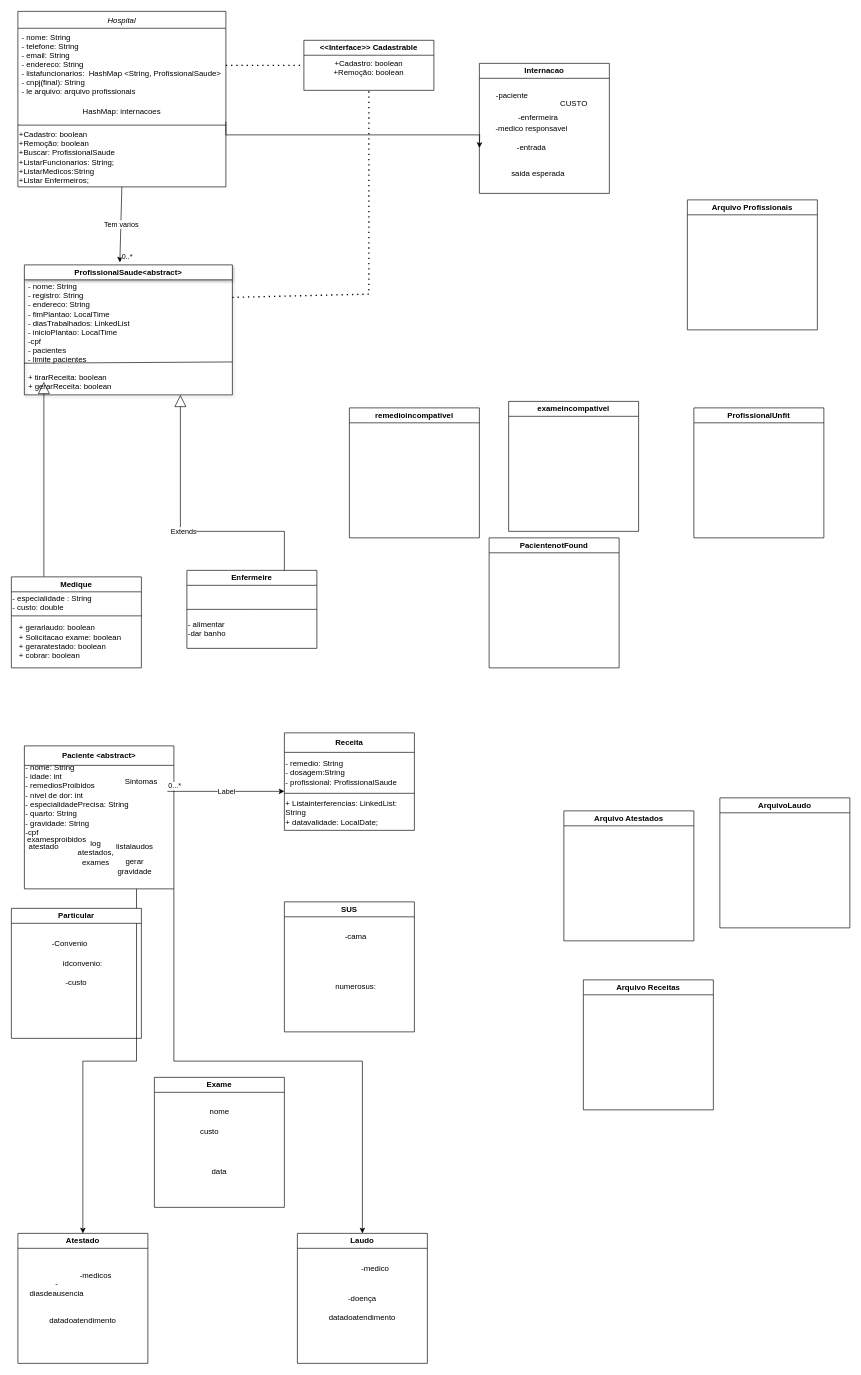
Patricio-Andre/Trabalho-Final-MC322 keeps this draw.io diagram as UML.drawio. Above is the earlier version. Source tidied: cells renumbered, new cells numbered last; positions are measured from the earlier drawing's top-left corner, leaving out a move shared by most shapes. Both pictures are drawn from the tidied source at 65%, with x=0, y=0 at pixel (11, 11).
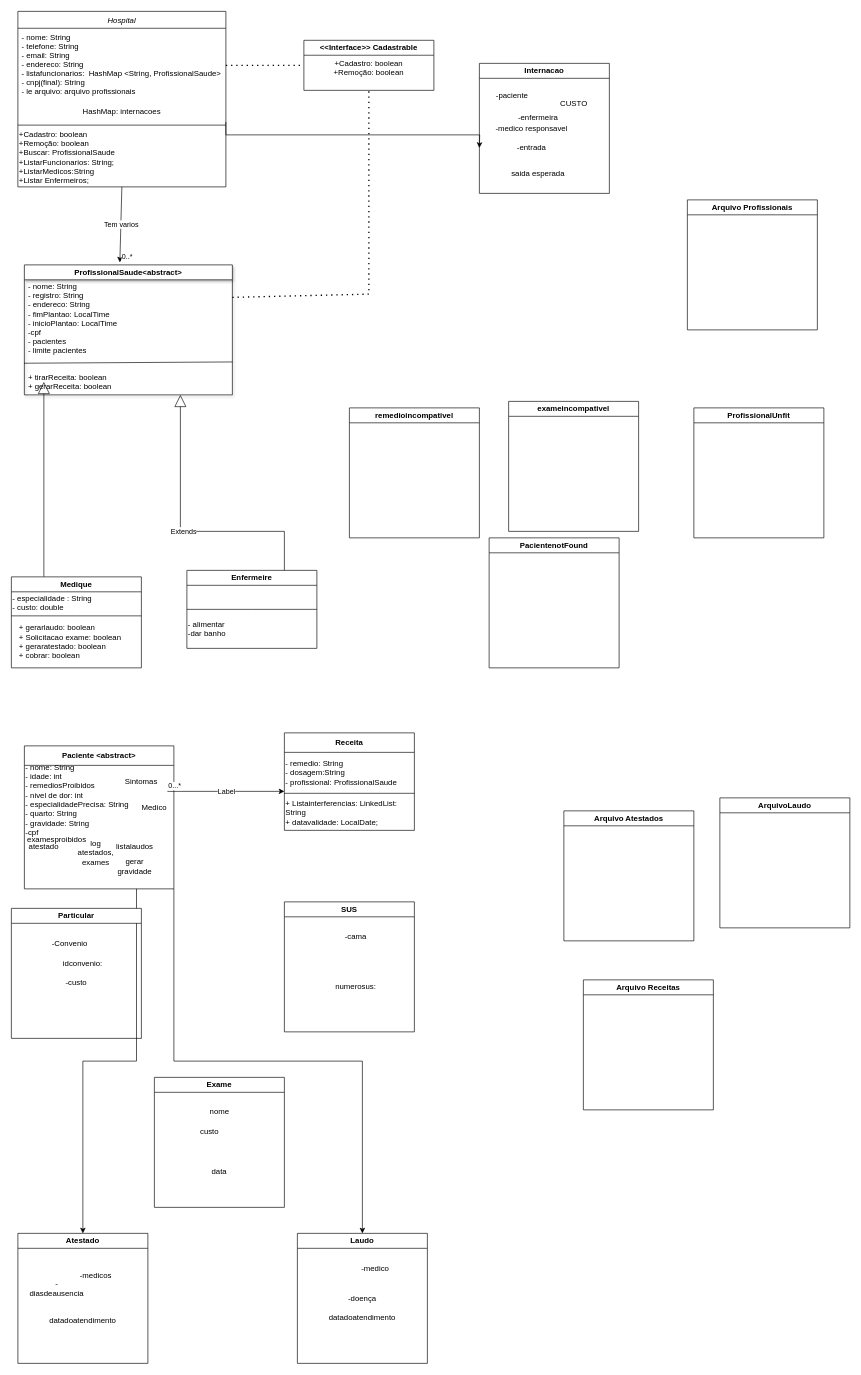
The same page after the edit.

The change refers to these unchanged cells:
```xml
<mxCell id="11" value="ProfissionalSaude&amp;lt;abstract&amp;gt;" style="swimlane;whiteSpace=wrap;html=1;shadow=1;" parent="1" vertex="1">
  <mxGeometry x="20" y="390" width="320" height="200" as="geometry" />
</mxCell>
<mxCell id="30" value="Paciente &amp;lt;abstract&amp;gt;" style="swimlane;whiteSpace=wrap;html=1;startSize=30;" parent="1" vertex="1">
  <mxGeometry x="20" y="1130" width="230" height="220" as="geometry" />
</mxCell>
```

The edit, as a diff of the source:
```diff
@@
-    <mxCell id="12" value="- nome: String&#10;- registro: String&#10;- endereco: String&#10;- fimPlantao: LocalTime&#10;- diasTrabalhados: LinkedList&#10;- inicioPlantao: LocalTime&#10;-cpf&#10;- pacientes&#10;- limite pacientes&#10;&#10;&#10;" style="text;align=left;verticalAlign=top;spacingLeft=4;spacingRight=4;overflow=hidden;points=[[0,0.5],[1,0.5]];portConstraint=eastwest;" parent="11" vertex="1">
+    <mxCell id="12" value="- nome: String&#10;- registro: String&#10;- endereco: String&#10;- fimPlantao: LocalTime&#10;- inicioPlantao: LocalTime&#10;-cpf&#10;- pacientes&#10;- limite pacientes&#10;&#10;&#10;" style="text;align=left;verticalAlign=top;spacingLeft=4;spacingRight=4;overflow=hidden;points=[[0,0.5],[1,0.5]];portConstraint=eastwest;" parent="11" vertex="1">
       <mxGeometry y="20" width="320" height="130" as="geometry" />
     </mxCell>
@@
+    <mxCell id="79" value="Medico" style="text;html=1;strokeColor=none;fillColor=none;align=center;verticalAlign=middle;whiteSpace=wrap;rounded=0;" parent="30" vertex="1">
+      <mxGeometry x="170" y="80" width="60" height="30" as="geometry" />
+    </mxCell>
```
